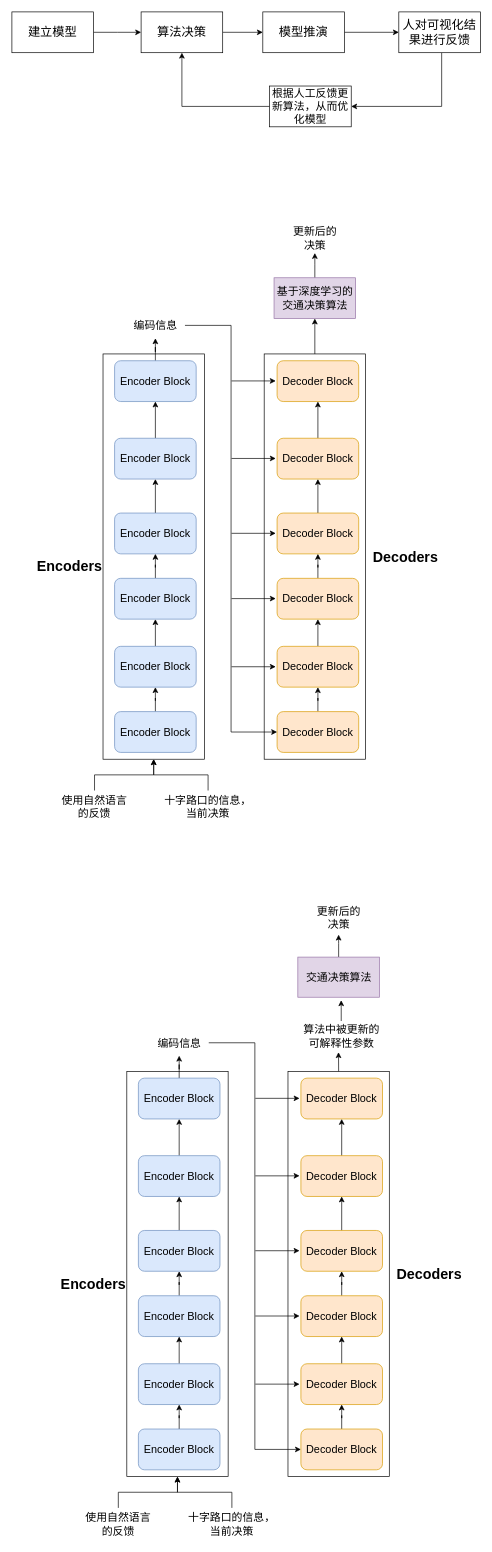
lmqqqqqq/drawio keeps this draw.io diagram as transformer+traffic_predict.drawio. Above is the earlier version. Source tidied: cells renumbered, new cells numbered last; positions are measured from the earlier drawing's top-left corner, leaving out a move shared by most shapes. Both pictures are drawn from the tidied source at 68%, with x=0, y=0 at pixel (12, 12).
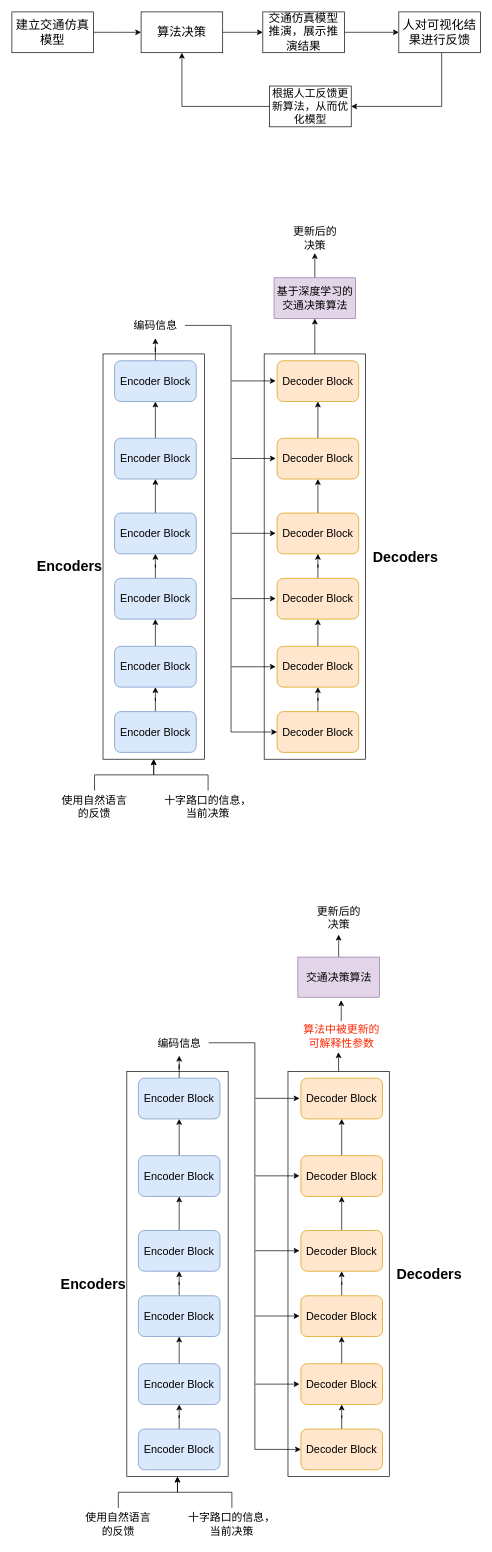
The same page after the edit.

Diff of the diagram source:
```diff
@@
-    <mxCell id="3" value="&lt;font style=&quot;font-size: 18px;&quot;&gt;建立模型&lt;/font&gt;" style="rounded=0;whiteSpace=wrap;html=1;" parent="1" vertex="1">
+    <mxCell id="3" value="&lt;font style=&quot;font-size: 18px;&quot;&gt;建立交通仿真模型&lt;/font&gt;" style="rounded=0;whiteSpace=wrap;html=1;" parent="1" vertex="1">
       <mxGeometry width="120" height="60" as="geometry" />
     </mxCell>
@@
-    <mxCell id="7" value="&lt;font style=&quot;font-size: 18px;&quot;&gt;模型推演&lt;/font&gt;" style="rounded=0;whiteSpace=wrap;html=1;" parent="1" vertex="1">
+    <mxCell id="7" value="&lt;font style=&quot;font-size: 17px;&quot;&gt;交通仿真模型推演，展示推演结果&lt;/font&gt;" style="rounded=0;whiteSpace=wrap;html=1;fontSize=17;" parent="1" vertex="1">
       <mxGeometry x="369" width="120" height="60" as="geometry" />
     </mxCell>
@@
-    <mxCell id="97" value="算法中被更新的可解释性参数" style="text;strokeColor=none;align=center;fillColor=none;html=1;verticalAlign=middle;whiteSpace=wrap;rounded=0;fontSize=16;" parent="1" vertex="1">
+    <mxCell id="97" value="算法中被更新的可解释性参数" style="text;strokeColor=none;align=center;fillColor=none;html=1;verticalAlign=middle;whiteSpace=wrap;rounded=0;fontSize=16;fontColor=#ff2600;" parent="1" vertex="1">
       <mxGeometry x="423.5" y="1484" width="121.5" height="43" as="geometry" />
     </mxCell>
```
